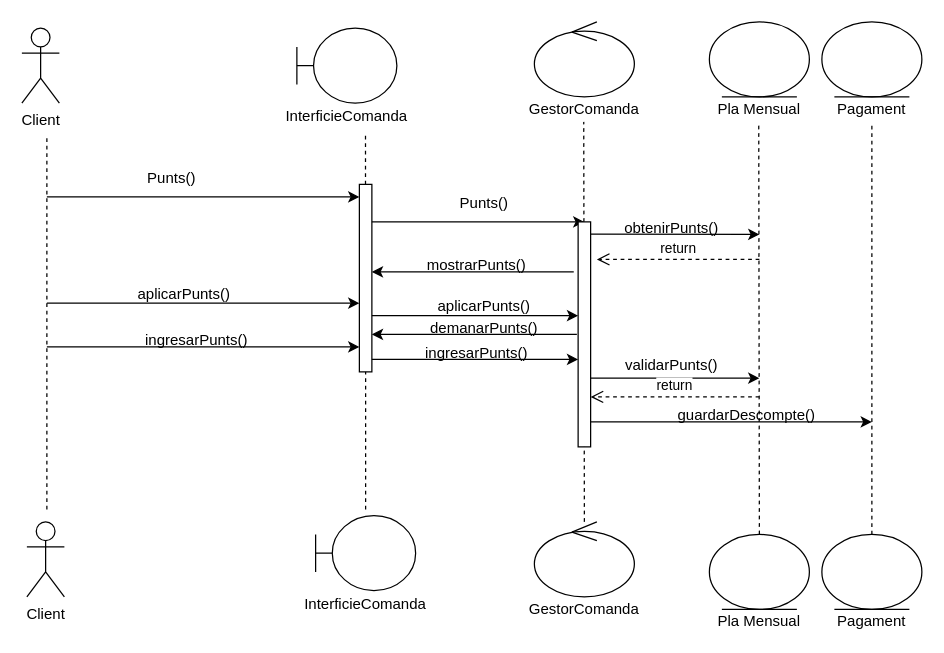
This is Diagrames/Diagrames seqüència/Diagrames Guillem Casas Gil/usar_punts.drawio from MarcelPainos/ES26UAB-431-12, a draw.io file, before an edit. Source tidied: cells renumbered, new cells numbered last; positions are measured from the earlier drawing's top-left corner, leaving out a move shared by most shapes. Both pictures are drawn from the tidied source at 125%, with x=0, y=0 at pixel (21, 21).
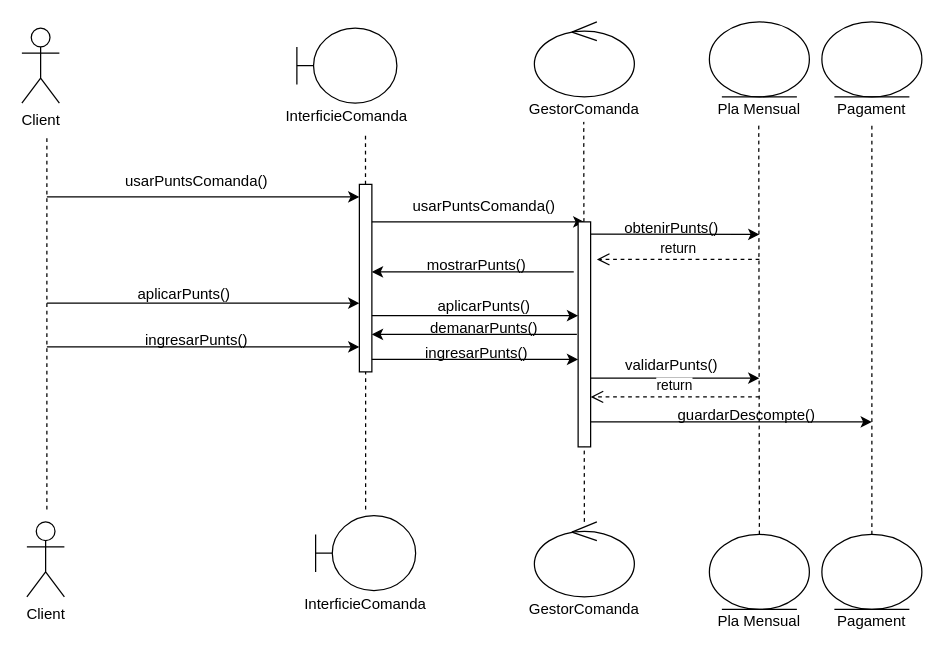
Above is the later version.

What changed in the source:
```diff
@@
-    <mxCell id="14" value="Punts()" style="text;html=1;whiteSpace=wrap;strokeColor=none;fillColor=none;align=center;verticalAlign=middle;rounded=0;" parent="1" vertex="1">
-      <mxGeometry x="90" y="120" width="60" height="10" as="geometry" />
+    <mxCell id="14" value="&lt;div style=&quot;text-align: left;&quot;&gt;usarPuntsComanda()&lt;/div&gt;&lt;div&gt;&lt;br&gt;&lt;/div&gt;" style="text;html=1;whiteSpace=wrap;strokeColor=none;fillColor=none;align=center;verticalAlign=middle;rounded=0;" parent="1" vertex="1">
+      <mxGeometry x="110" y="130" width="60" height="10" as="geometry" />
     </mxCell>
@@
-    <mxCell id="16" value="Punts()" style="text;html=1;whiteSpace=wrap;strokeColor=none;fillColor=none;align=center;verticalAlign=middle;rounded=0;" parent="1" vertex="1">
-      <mxGeometry x="340" y="140" width="60" height="10" as="geometry" />
+    <mxCell id="16" value="&lt;div style=&quot;text-align: left;&quot;&gt;usarPuntsComanda()&lt;/div&gt;&lt;div&gt;&lt;br&gt;&lt;/div&gt;" style="text;html=1;whiteSpace=wrap;strokeColor=none;fillColor=none;align=center;verticalAlign=middle;rounded=0;" parent="1" vertex="1">
+      <mxGeometry x="340" y="150" width="60" height="10" as="geometry" />
     </mxCell>
```
